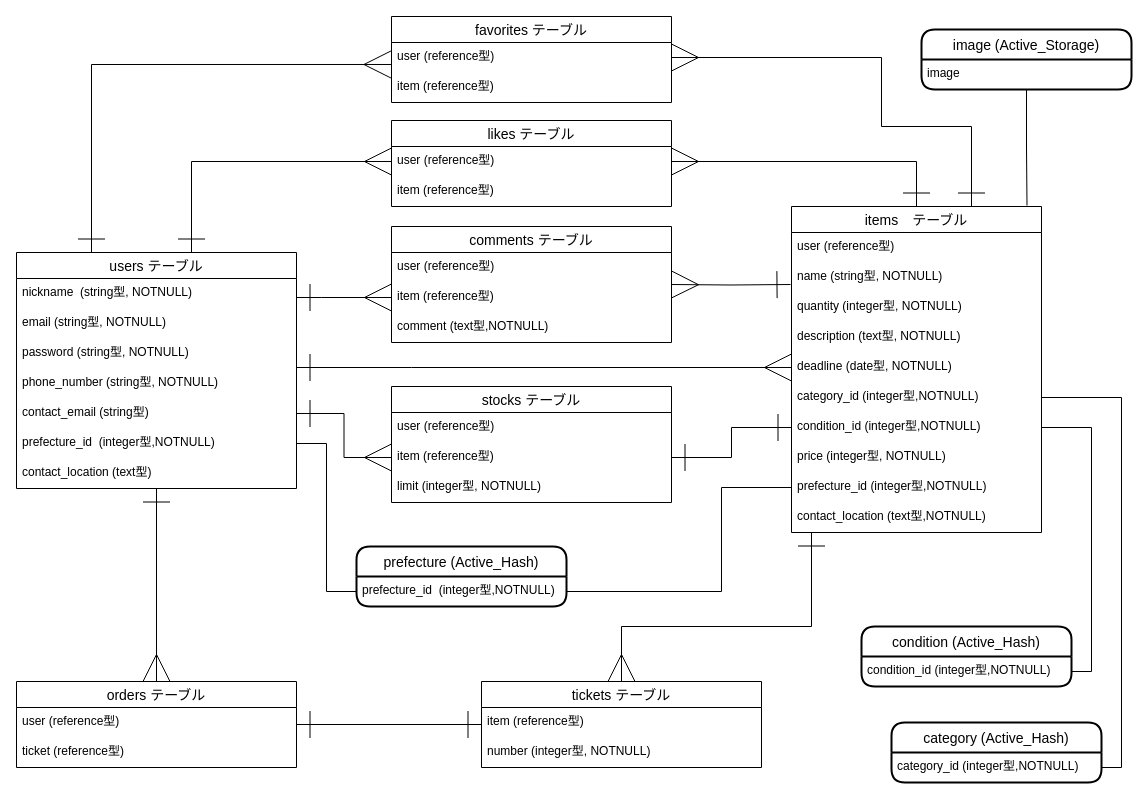
The draw.io diagram page "ER図" (2 of 3) of jimoshare.dio in Y-h-tomo/jimoshare, before the edit. Source tidied: cells renumbered, new cells numbered last; positions are measured from the earlier drawing's top-left corner, leaving out a move shared by most shapes. Both pictures are drawn from the tidied source at 100%, with x=0, y=0 at pixel (16, 16).
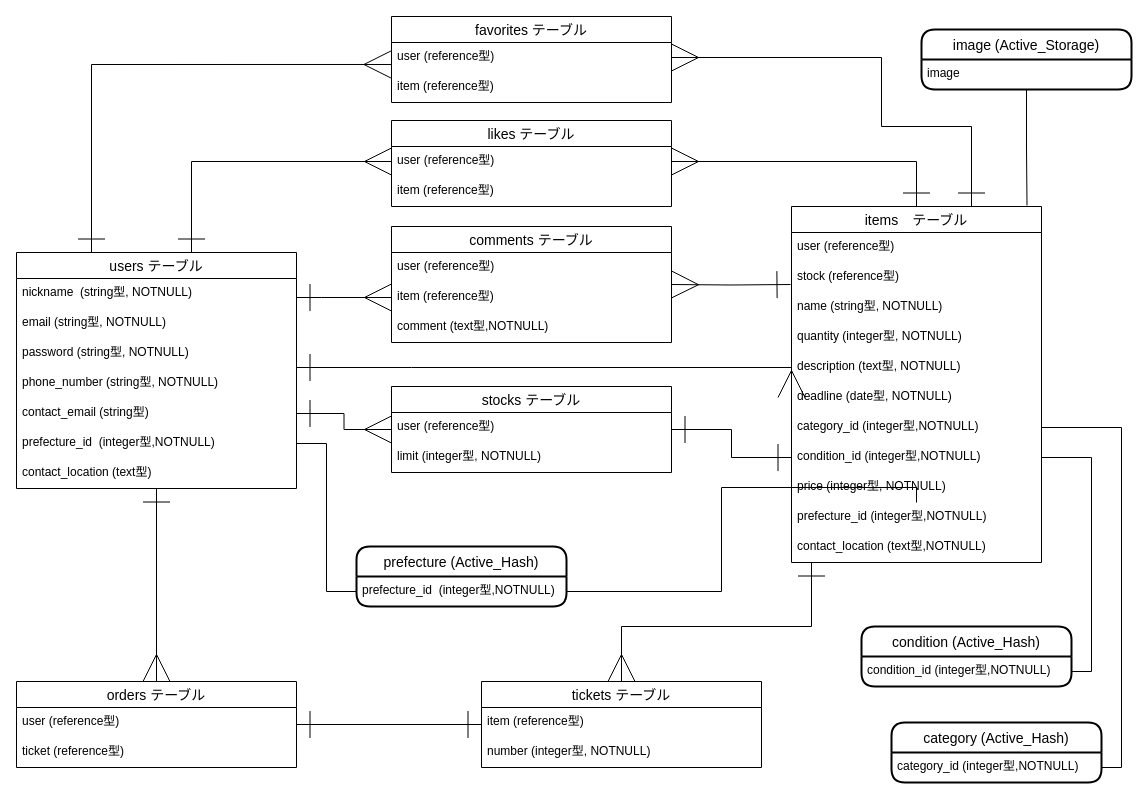
The same diagram, later.

The change refers to these unchanged cells:
```xml
<mxCell id="10" value="contact_email (string型)" style="text;strokeColor=none;fillColor=none;spacingLeft=4;spacingRight=4;overflow=hidden;points=[[0,0.5],[1,0.5]];portConstraint=eastwest;fontSize=12;" parent="5" vertex="1">
  <mxGeometry y="146" width="280" height="30" as="geometry" />
</mxCell>
```

Diff of the diagram source:
```diff
@@
-    <mxCell id="3" style="edgeStyle=orthogonalEdgeStyle;rounded=0;jettySize=auto;html=1;entryX=0;entryY=0.5;entryDx=0;entryDy=0;startArrow=ERone;startFill=0;startSize=25;endArrow=ERmany;endFill=0;endSize=25;exitX=1;exitY=0.5;exitDx=0;exitDy=0;" parent="1" edge="1" source="10" target="49">
+    <mxCell id="3" style="edgeStyle=orthogonalEdgeStyle;rounded=0;jettySize=auto;html=1;startArrow=ERone;startFill=0;startSize=25;endArrow=ERmany;endFill=0;endSize=25;exitX=1;exitY=0.5;exitDx=0;exitDy=0;" parent="1" edge="1" source="10" target="47">
       <mxGeometry relative="1" as="geometry" />
     </mxCell>
@@
-    <mxCell id="18" style="edgeStyle=orthogonalEdgeStyle;rounded=0;jettySize=auto;html=1;entryX=1;entryY=0.5;entryDx=0;entryDy=0;startArrow=ERone;startFill=0;startSize=25;endArrow=ERone;endFill=0;endSize=25;exitX=0;exitY=0.5;exitDx=0;exitDy=0;" parent="1" edge="1" source="27" target="49">
+    <mxCell id="18" style="edgeStyle=orthogonalEdgeStyle;rounded=0;jettySize=auto;html=1;startArrow=ERone;startFill=0;startSize=25;endArrow=ERone;endFill=0;endSize=25;exitX=0;exitY=0.5;exitDx=0;exitDy=0;" parent="1" edge="1" source="27" target="47">
       <mxGeometry relative="1" as="geometry" />
     </mxCell>
@@
     <mxCell id="20" value="items　テーブル" style="swimlane;fontStyle=0;horizontal=1;startSize=26;align=center;fontSize=14;" parent="1" vertex="1">
-      <mxGeometry x="775" y="190" width="250" height="326" as="geometry" />
+      <mxGeometry x="775" y="190" width="250" height="356" as="geometry" />
     </mxCell>
@@
+    <mxCell id="49" value="stock (reference型)" style="text;strokeColor=none;fillColor=none;spacingLeft=4;spacingRight=4;overflow=hidden;points=[[0,0.5],[1,0.5]];portConstraint=eastwest;fontSize=12;" parent="20" vertex="1">
+      <mxGeometry y="56" width="250" height="30" as="geometry" />
+    </mxCell>
     <mxCell id="22" value="name (string型, NOTNULL)" style="text;strokeColor=none;fillColor=none;spacingLeft=4;spacingRight=4;overflow=hidden;fontSize=12;" parent="20" vertex="1">
-      <mxGeometry y="56" width="250" height="30" as="geometry" />
+      <mxGeometry y="86" width="250" height="30" as="geometry" />
     </mxCell>
     <mxCell id="23" value="quantity (integer型, NOTNULL)" style="text;strokeColor=none;fillColor=none;spacingLeft=4;spacingRight=4;overflow=hidden;fontSize=12;" parent="20" vertex="1">
-      <mxGeometry y="86" width="250" height="30" as="geometry" />
+      <mxGeometry y="116" width="250" height="30" as="geometry" />
     </mxCell>
     <mxCell id="24" value="description (text型, NOTNULL)" style="text;strokeColor=none;fillColor=none;spacingLeft=4;spacingRight=4;overflow=hidden;fontSize=12;" parent="20" vertex="1">
-      <mxGeometry y="116" width="250" height="30" as="geometry" />
+      <mxGeometry y="146" width="250" height="30" as="geometry" />
     </mxCell>
     <mxCell id="25" value="deadline (date型, NOTNULL)" style="text;strokeColor=none;fillColor=none;spacingLeft=4;spacingRight=4;overflow=hidden;points=[[0,0.5],[1,0.5]];portConstraint=eastwest;fontSize=12;" parent="20" vertex="1">
-      <mxGeometry y="146" width="250" height="30" as="geometry" />
+      <mxGeometry y="176" width="250" height="30" as="geometry" />
     </mxCell>
     <mxCell id="26" value="category_id (integer型,NOTNULL)" style="text;strokeColor=none;fillColor=none;spacingLeft=4;spacingRight=4;overflow=hidden;points=[[0,0.5],[1,0.5]];portConstraint=eastwest;fontSize=12;" parent="20" vertex="1">
-      <mxGeometry y="176" width="250" height="30" as="geometry" />
+      <mxGeometry y="206" width="250" height="30" as="geometry" />
     </mxCell>
     <mxCell id="27" value="condition_id (integer型,NOTNULL)" style="text;strokeColor=none;fillColor=none;spacingLeft=4;spacingRight=4;overflow=hidden;points=[[0,0.5],[1,0.5]];portConstraint=eastwest;fontSize=12;" parent="20" vertex="1">
-      <mxGeometry y="206" width="250" height="30" as="geometry" />
+      <mxGeometry y="236" width="250" height="30" as="geometry" />
     </mxCell>
     <mxCell id="28" value="price (integer型, NOTNULL)" style="text;strokeColor=none;fillColor=none;spacingLeft=4;spacingRight=4;overflow=hidden;fontSize=12;" parent="20" vertex="1">
-      <mxGeometry y="236" width="250" height="30" as="geometry" />
+      <mxGeometry y="266" width="250" height="30" as="geometry" />
     </mxCell>
     <mxCell id="29" value="prefecture_id (integer型,NOTNULL)" style="text;strokeColor=none;fillColor=none;spacingLeft=4;spacingRight=4;overflow=hidden;points=[[0,0.5],[1,0.5]];portConstraint=eastwest;fontSize=12;" parent="20" vertex="1">
-      <mxGeometry y="266" width="250" height="30" as="geometry" />
+      <mxGeometry y="296" width="250" height="30" as="geometry" />
     </mxCell>
     <mxCell id="30" value="contact_location (text型,NOTNULL)" style="text;strokeColor=none;fillColor=none;spacingLeft=4;spacingRight=4;overflow=hidden;fontSize=12;" parent="20" vertex="1">
-      <mxGeometry y="296" width="250" height="30" as="geometry" />
+      <mxGeometry y="326" width="250" height="30" as="geometry" />
     </mxCell>
@@
     <mxCell id="47" value="stocks テーブル" style="swimlane;fontStyle=0;horizontal=1;startSize=26;align=center;fontSize=14;" parent="1" vertex="1">
-      <mxGeometry x="375" y="370" width="280" height="116" as="geometry" />
+      <mxGeometry x="375" y="370" width="280" height="86" as="geometry" />
     </mxCell>
@@
-    <mxCell id="49" value="item (reference型)" style="text;strokeColor=none;fillColor=none;spacingLeft=4;spacingRight=4;overflow=hidden;points=[[0,0.5],[1,0.5]];portConstraint=eastwest;fontSize=12;" parent="47" vertex="1">
-      <mxGeometry y="56" width="280" height="30" as="geometry" />
-    </mxCell>
     <mxCell id="50" value="limit (integer型, NOTNULL)" style="text;strokeColor=none;fillColor=none;spacingLeft=4;spacingRight=4;overflow=hidden;fontSize=12;" parent="47" vertex="1">
-      <mxGeometry y="86" width="280" height="30" as="geometry" />
+      <mxGeometry y="56" width="280" height="30" as="geometry" />
     </mxCell>
```
